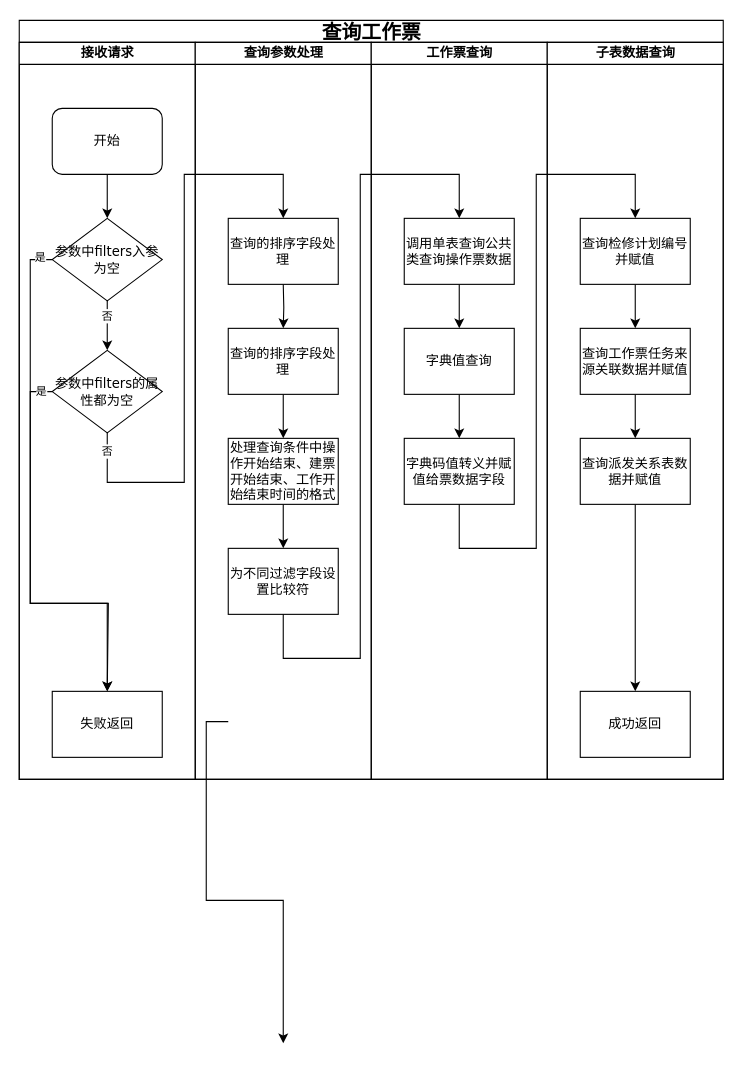
Before: 查询工作票.drawio in wwwwbo/myDraw, a draw.io diagram. Source tidied: cells renumbered, new cells numbered last; positions are measured from the earlier drawing's top-left corner, leaving out a move shared by most shapes. Both pictures are drawn from the tidied source at 110%, with x=0, y=0 at pixel (19, 20).
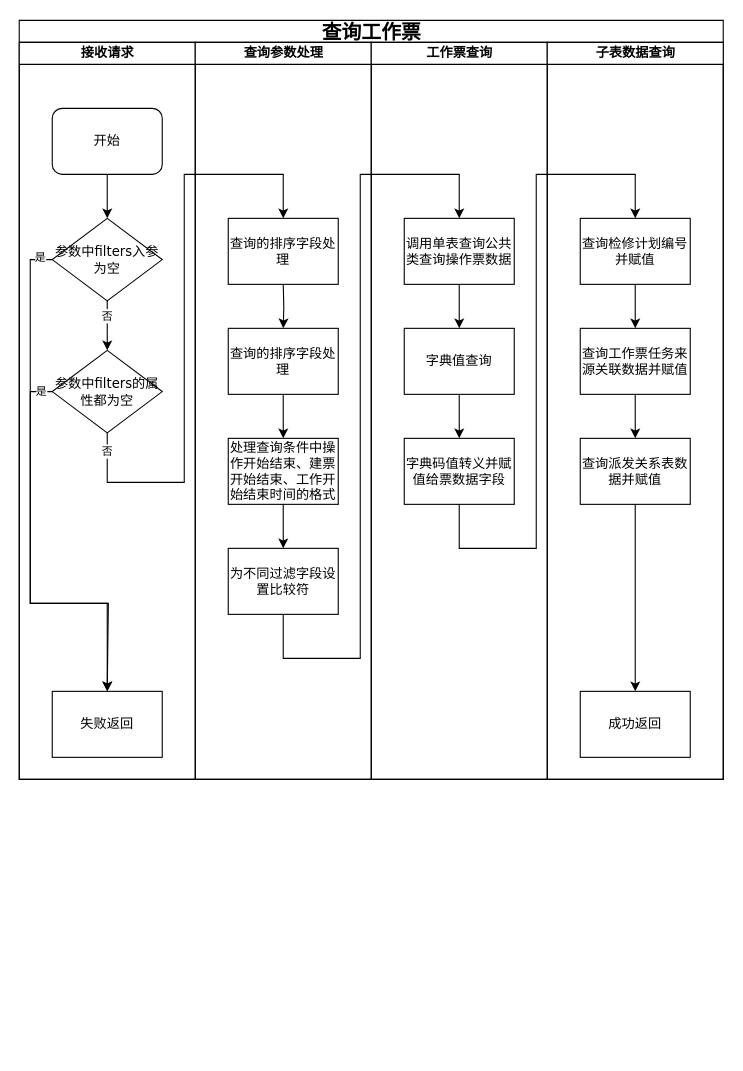
The same diagram, later.

Commit message:
更新查询工作票.drawio

Unchanged cells that the change refers to:
```xml
<mxCell id="15" value="查询参数处理" style="swimlane;html=1;startSize=20;" parent="2" vertex="1">
  <mxGeometry x="160" y="20" width="160" height="670" as="geometry" />
</mxCell>
```

What changed in the source:
```diff
@@
-    <mxCell id="17" style="edgeStyle=orthogonalEdgeStyle;rounded=0;orthogonalLoop=1;jettySize=auto;html=1;exitX=0;exitY=0.5;exitDx=0;exitDy=0;entryX=0.5;entryY=0;entryDx=0;entryDy=0;" parent="15" edge="1">
-      <mxGeometry relative="1" as="geometry">
-        <mxPoint x="30" y="617.5" as="sourcePoint" />
-        <mxPoint x="80" y="910" as="targetPoint" />
-        <Array as="points">
-          <mxPoint x="10" y="618" />
-          <mxPoint x="10" y="780" />
-          <mxPoint x="80" y="780" />
-        </Array>
-      </mxGeometry>
-    </mxCell>
```
